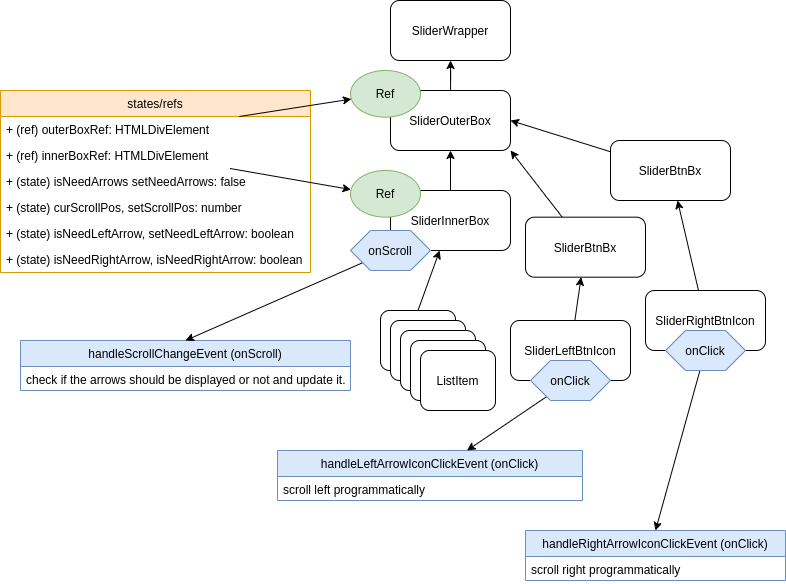
Earlier version of the draw.io export overview.png (stsiwo/horizontal-list-with-multiple-items). Source tidied: cells renumbered, new cells last; positions are measured from the earlier drawing's top-left corner, leaving out a move shared by most shapes.
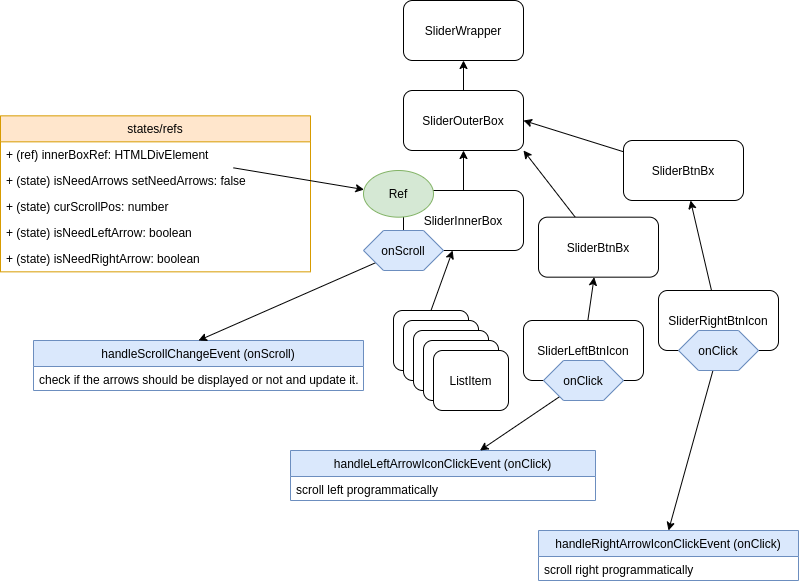
Later version of the same file.

The edit, as a diff of the source:
```diff
@@ -81,38 +81,29 @@
       <mxGeometry y="26" width="330" height="24" as="geometry" />
     </mxCell>
     <mxCell id="28" value="states/refs" style="swimlane;fontStyle=0;horizontal=1;startSize=26;fillColor=#ffe6cc;strokeColor=#d79b00;" parent="1" vertex="1">
-      <mxGeometry y="90" width="310" height="182" as="geometry" />
+      <mxGeometry x="-13" y="115.3" width="310" height="156" as="geometry" />
     </mxCell>
-    <mxCell id="29" value="+ (ref) outerBoxRef: HTMLDivElement" style="text;strokeColor=none;fillColor=none;align=left;verticalAlign=top;spacingLeft=4;spacingRight=4;overflow=hidden;points=[[0,0.5],[1,0.5]];portConstraint=eastwest;" parent="28" vertex="1">
-      <mxGeometry y="26" width="310" height="26" as="geometry" />
-    </mxCell>
     <mxCell id="30" value="+ (ref) innerBoxRef: HTMLDivElement" style="text;strokeColor=none;fillColor=none;align=left;verticalAlign=top;spacingLeft=4;spacingRight=4;overflow=hidden;points=[[0,0.5],[1,0.5]];portConstraint=eastwest;" parent="28" vertex="1">
-      <mxGeometry y="52" width="310" height="26" as="geometry" />
+      <mxGeometry y="26" width="310" height="26" as="geometry" />
     </mxCell>
     <mxCell id="31" value="+ (state) isNeedArrows setNeedArrows: false" style="text;strokeColor=none;fillColor=none;align=left;verticalAlign=top;spacingLeft=4;spacingRight=4;overflow=hidden;" parent="28" vertex="1">
-      <mxGeometry y="78" width="310" height="26" as="geometry" />
+      <mxGeometry y="52" width="310" height="26" as="geometry" />
     </mxCell>
-    <mxCell id="32" value="+ (state) curScrollPos, setScrollPos: number" style="text;strokeColor=none;fillColor=none;align=left;verticalAlign=top;spacingLeft=4;spacingRight=4;overflow=hidden;" parent="28" vertex="1">
-      <mxGeometry y="104" width="310" height="26" as="geometry" />
+    <mxCell id="32" value="+ (state) curScrollPos: number" style="text;strokeColor=none;fillColor=none;align=left;verticalAlign=top;spacingLeft=4;spacingRight=4;overflow=hidden;" parent="28" vertex="1">
+      <mxGeometry y="78" width="310" height="26" as="geometry" />
     </mxCell>
-    <mxCell id="33" value="+ (state) isNeedLeftArrow, setNeedLeftArrow: boolean" style="text;strokeColor=none;fillColor=none;align=left;verticalAlign=top;spacingLeft=4;spacingRight=4;overflow=hidden;" parent="28" vertex="1">
-      <mxGeometry y="130" width="310" height="26" as="geometry" />
+    <mxCell id="33" value="+ (state) isNeedLeftArrow: boolean" style="text;strokeColor=none;fillColor=none;align=left;verticalAlign=top;spacingLeft=4;spacingRight=4;overflow=hidden;" parent="28" vertex="1">
+      <mxGeometry y="104" width="310" height="26" as="geometry" />
     </mxCell>
-    <mxCell id="34" value="+ (state) isNeedRightArrow, isNeedRightArrow: boolean" style="text;strokeColor=none;fillColor=none;align=left;verticalAlign=top;spacingLeft=4;spacingRight=4;overflow=hidden;" parent="28" vertex="1">
-      <mxGeometry y="156" width="310" height="26" as="geometry" />
+    <mxCell id="34" value="+ (state) isNeedRightArrow: boolean" style="text;strokeColor=none;fillColor=none;align=left;verticalAlign=top;spacingLeft=4;spacingRight=4;overflow=hidden;" parent="28" vertex="1">
+      <mxGeometry y="130" width="310" height="26" as="geometry" />
     </mxCell>
-    <mxCell id="35" value="Ref" style="ellipse;whiteSpace=wrap;html=1;fillColor=#d5e8d4;strokeColor=#82b366;" parent="1" vertex="1">
-      <mxGeometry x="350" y="70" width="70" height="46.7" as="geometry" />
-    </mxCell>
     <mxCell id="36" value="Ref" style="ellipse;whiteSpace=wrap;html=1;fillColor=#d5e8d4;strokeColor=#82b366;" parent="1" vertex="1">
       <mxGeometry x="350" y="170" width="70" height="46.7" as="geometry" />
     </mxCell>
     <mxCell id="37" style="edgeStyle=none;rounded=0;jettySize=auto;html=1;entryX=0.007;entryY=0.409;entryDx=0;entryDy=0;entryPerimeter=0;" parent="1" edge="1" source="30" target="36">
       <mxGeometry relative="1" as="geometry" />
     </mxCell>
-    <mxCell id="38" style="edgeStyle=none;rounded=0;jettySize=auto;html=1;" parent="1" edge="1" source="29" target="35">
-      <mxGeometry relative="1" as="geometry" />
-    </mxCell>
     <mxCell id="39" style="edgeStyle=none;rounded=0;jettySize=auto;html=1;" parent="1" edge="1" source="40" target="22">
       <mxGeometry relative="1" as="geometry" />
     </mxCell>
```
